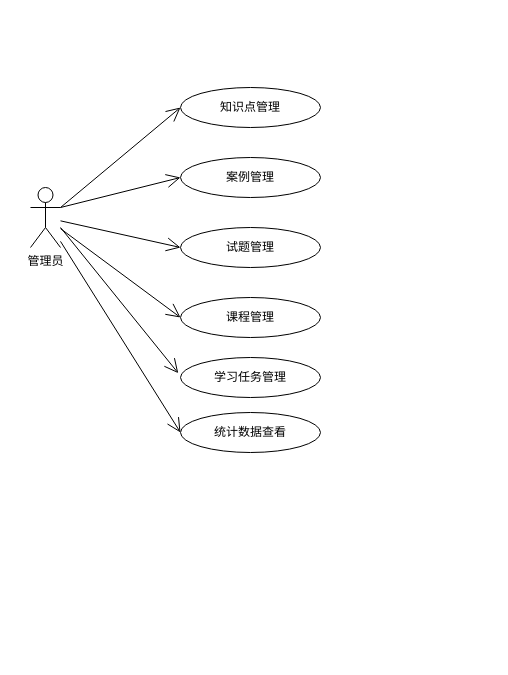
Before: 用例图.drawio in cgshao02/graduation_picture, a draw.io diagram. Source tidied: cells renumbered, new cells numbered last; positions are measured from the earlier drawing's top-left corner, leaving out a move shared by most shapes. Both pictures are drawn from the tidied source at 100%, with x=0, y=0 at pixel (30, 87).
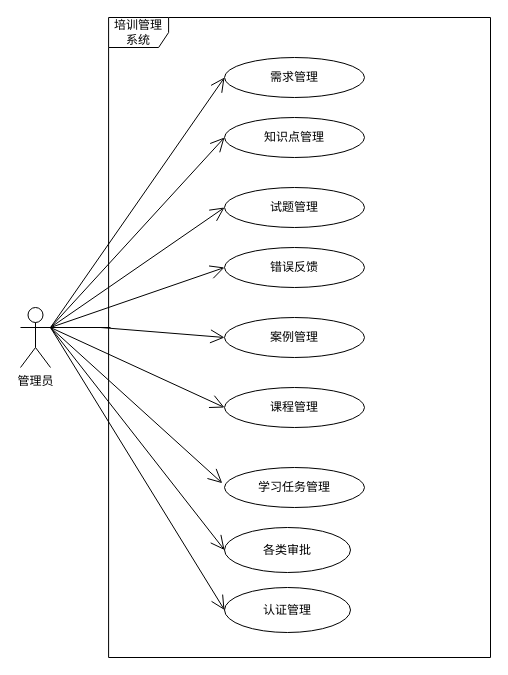
The same diagram, later.

Commit message (it also covers changes not shown here):
更新用例图.drawio

What changed in the source:
```diff
@@
     <mxCell id="2" value="管理员" style="shape=umlActor;verticalLabelPosition=bottom;verticalAlign=top;html=1;outlineConnect=0;" parent="1" vertex="1">
-      <mxGeometry y="100" width="30" height="60" as="geometry" />
+      <mxGeometry x="-10" y="220" width="30" height="60" as="geometry" />
     </mxCell>
     <mxCell id="3" value="知识点管理" style="ellipse;whiteSpace=wrap;html=1;" parent="1" vertex="1">
-      <mxGeometry x="150" width="140" height="40" as="geometry" />
+      <mxGeometry x="194" y="30" width="140" height="40" as="geometry" />
     </mxCell>
@@
     <mxCell id="5" value="案例管理" style="ellipse;whiteSpace=wrap;html=1;" parent="1" vertex="1">
-      <mxGeometry x="150" y="70" width="140" height="40" as="geometry" />
+      <mxGeometry x="194" y="230" width="140" height="40" as="geometry" />
     </mxCell>
     <mxCell id="6" style="endArrow=open;endFill=1;endSize=12;html=1;rounded=0;entryX=0;entryY=0.5;entryDx=0;entryDy=0;" parent="1" edge="1" target="5">
       <mxGeometry relative="1" as="geometry">
-        <mxPoint x="30" y="120" as="sourcePoint" />
+        <mxPoint x="70" y="240" as="sourcePoint" />
       </mxGeometry>
     </mxCell>
     <mxCell id="7" value="试题管理" style="ellipse;whiteSpace=wrap;html=1;" parent="1" vertex="1">
-      <mxGeometry x="150" y="140" width="140" height="40" as="geometry" />
+      <mxGeometry x="194" y="100" width="140" height="40" as="geometry" />
     </mxCell>
     <mxCell id="8" value="课程管理" style="ellipse;whiteSpace=wrap;html=1;" parent="1" vertex="1">
-      <mxGeometry x="150" y="210" width="140" height="40" as="geometry" />
+      <mxGeometry x="194" y="300" width="140" height="40" as="geometry" />
     </mxCell>
     <mxCell id="9" value="学习任务管理" style="ellipse;whiteSpace=wrap;html=1;" parent="1" vertex="1">
-      <mxGeometry x="150" y="270" width="140" height="40" as="geometry" />
+      <mxGeometry x="194" y="380" width="140" height="40" as="geometry" />
     </mxCell>
-    <mxCell id="10" style="endArrow=open;endFill=1;endSize=12;html=1;rounded=0;entryX=0;entryY=0.5;entryDx=0;entryDy=0;" parent="1" edge="1" source="2" target="7">
-      <mxGeometry relative="1" as="geometry" />
+    <mxCell id="10" style="endArrow=open;endFill=1;endSize=12;html=1;rounded=0;entryX=0;entryY=0.5;entryDx=0;entryDy=0;" parent="1" edge="1" target="7">
+      <mxGeometry relative="1" as="geometry">
+        <mxPoint x="80" y="240" as="sourcePoint" />
+        <Array as="points">
+          <mxPoint x="20" y="240" />
+        </Array>
+      </mxGeometry>
     </mxCell>
-    <mxCell id="11" style="endArrow=open;endFill=1;endSize=12;html=1;rounded=0;entryX=0;entryY=0.5;entryDx=0;entryDy=0;" parent="1" edge="1" source="2" target="8">
-      <mxGeometry relative="1" as="geometry" />
+    <mxCell id="11" style="endArrow=open;endFill=1;endSize=12;html=1;rounded=0;entryX=0;entryY=0.5;entryDx=0;entryDy=0;" parent="1" edge="1" target="8">
+      <mxGeometry relative="1" as="geometry">
+        <mxPoint x="20" y="240" as="sourcePoint" />
+      </mxGeometry>
     </mxCell>
-    <mxCell id="12" style="endArrow=open;endFill=1;endSize=12;html=1;rounded=0;entryX=-0.016;entryY=0.392;entryDx=0;entryDy=0;entryPerimeter=0;" parent="1" edge="1" target="9">
-      <mxGeometry relative="1" as="geometry">
-        <mxPoint x="30" y="140" as="sourcePoint" />
-      </mxGeometry>
+    <mxCell id="12" style="endArrow=open;endFill=1;endSize=12;html=1;rounded=0;entryX=-0.016;entryY=0.392;entryDx=0;entryDy=0;entryPerimeter=0;exitX=1;exitY=0.3333333333333333;exitDx=0;exitDy=0;exitPerimeter=0;" parent="1" edge="1" source="2" target="9">
+      <mxGeometry relative="1" as="geometry" />
     </mxCell>
-    <mxCell id="13" value="统计数据查看" style="ellipse;whiteSpace=wrap;html=1;" parent="1" vertex="1">
-      <mxGeometry x="150" y="325" width="140" height="40" as="geometry" />
-    </mxCell>
-    <mxCell id="14" style="endArrow=open;endFill=1;endSize=12;html=1;rounded=0;entryX=0;entryY=0.5;entryDx=0;entryDy=0;" parent="1" edge="1" source="2" target="13">
-      <mxGeometry relative="1" as="geometry" />
-    </mxCell>
+    <mxCell id="15" value="各类审批" style="ellipse;whiteSpace=wrap;html=1;" parent="1" vertex="1">
+      <mxGeometry x="194" y="440" width="126" height="45" as="geometry" />
+    </mxCell>
+    <mxCell id="16" style="endArrow=open;endFill=1;endSize=12;html=1;rounded=0;entryX=0;entryY=0.5;entryDx=0;entryDy=0;exitX=1;exitY=0.3333333333333333;exitDx=0;exitDy=0;exitPerimeter=0;" parent="1" edge="1" source="2" target="15">
+      <mxGeometry relative="1" as="geometry" />
+    </mxCell>
+    <mxCell id="17" value="错误反馈" style="ellipse;whiteSpace=wrap;html=1;" parent="1" vertex="1">
+      <mxGeometry x="194" y="160" width="140" height="40" as="geometry" />
+    </mxCell>
+    <mxCell id="18" style="endArrow=open;endFill=1;endSize=12;html=1;rounded=0;entryX=0;entryY=0.5;entryDx=0;entryDy=0;" parent="1" edge="1" target="17">
+      <mxGeometry relative="1" as="geometry">
+        <mxPoint x="20" y="240" as="sourcePoint" />
+      </mxGeometry>
+    </mxCell>
+    <mxCell id="19" value="培训管理系统" style="shape=umlFrame;whiteSpace=wrap;html=1;" parent="1" vertex="1">
+      <mxGeometry x="78.1" y="-70" width="381.9" height="640" as="geometry" />
+    </mxCell>
+    <mxCell id="20" value="需求管理" style="ellipse;whiteSpace=wrap;html=1;" parent="1" vertex="1">
+      <mxGeometry x="194" y="-30" width="140" height="40" as="geometry" />
+    </mxCell>
+    <mxCell id="21" style="endArrow=open;endFill=1;endSize=12;html=1;rounded=0;entryX=0;entryY=0.5;entryDx=0;entryDy=0;" parent="1" edge="1" target="20">
+      <mxGeometry relative="1" as="geometry">
+        <mxPoint x="20" y="240" as="sourcePoint" />
+      </mxGeometry>
+    </mxCell>
+    <mxCell id="22" value="认证管理" style="ellipse;whiteSpace=wrap;html=1;" parent="1" vertex="1">
+      <mxGeometry x="194" y="500" width="126" height="45" as="geometry" />
+    </mxCell>
+    <mxCell id="23" style="endArrow=open;endFill=1;endSize=12;html=1;rounded=0;exitX=1;exitY=0.3333333333333333;exitDx=0;exitDy=0;exitPerimeter=0;entryX=0;entryY=0.5;entryDx=0;entryDy=0;" parent="1" edge="1" source="2" target="22">
+      <mxGeometry relative="1" as="geometry" />
+    </mxCell>
```
